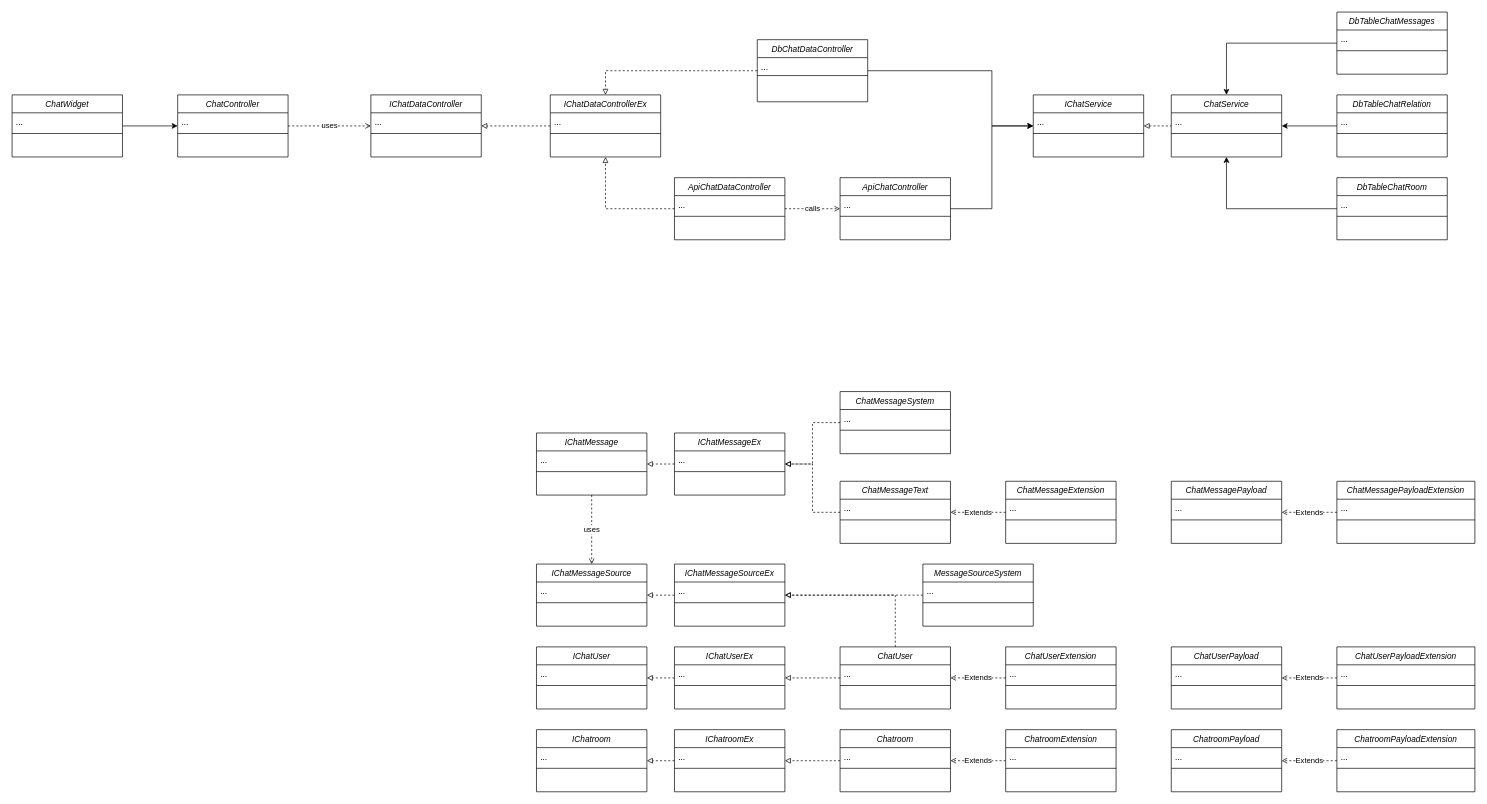
Before: internship_s8/new-class-diagram.drawio in Gryfin123/diagrams_with_no_context, a draw.io diagram. Source tidied: cells renumbered, new cells numbered last; positions are measured from the earlier drawing's top-left corner, leaving out a move shared by most shapes. Both pictures are drawn from the tidied source at 69%, with x=0, y=0 at pixel (12, 12).
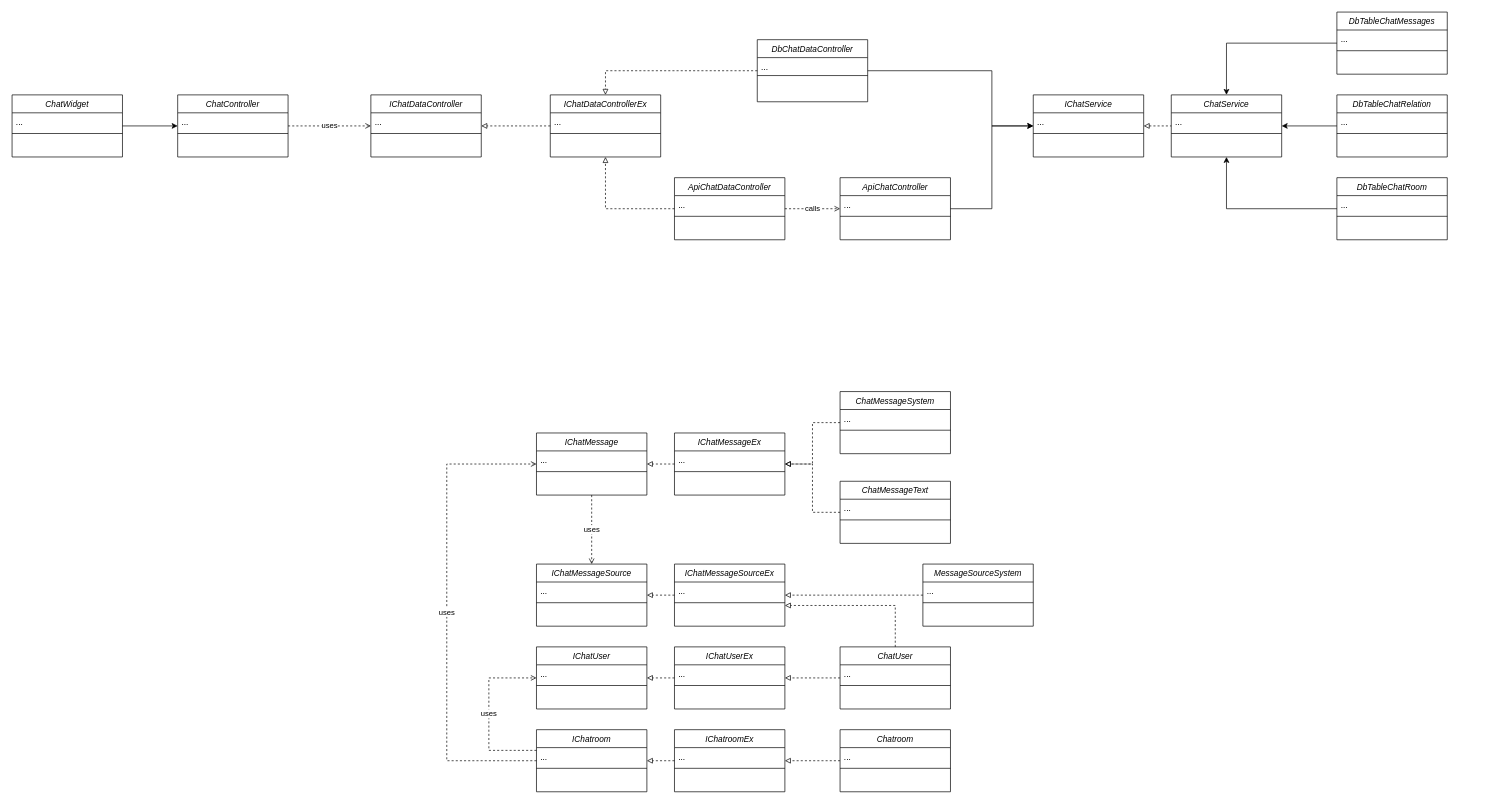
The same page after the edit.

Unchanged cells that the change refers to:
```xml
<mxCell id="6" value="ChatMessageText" style="swimlane;fontStyle=2;align=center;verticalAlign=top;horizontal=1;startSize=26;rounded=0;shadow=0;strokeWidth=1;" parent="1" vertex="1">
  <mxGeometry x="1200" y="680" width="160" height="90" as="geometry" />
</mxCell>
<mxCell id="35" value="Chatroom" style="swimlane;fontStyle=2;align=center;verticalAlign=top;horizontal=1;startSize=26;rounded=0;shadow=0;strokeWidth=1;" parent="1" vertex="1">
  <mxGeometry x="1200" y="1040" width="160" height="90" as="geometry" />
</mxCell>
<mxCell id="40" value="ChatUser" style="swimlane;fontStyle=2;align=center;verticalAlign=top;horizontal=1;startSize=26;rounded=0;shadow=0;strokeWidth=1;" parent="1" vertex="1">
  <mxGeometry x="1200" y="920" width="160" height="90" as="geometry" />
</mxCell>
<mxCell id="65" value="IChatMessage" style="swimlane;fontStyle=2;align=center;verticalAlign=top;horizontal=1;startSize=26;rounded=0;shadow=0;strokeWidth=1;" parent="1" vertex="1">
  <mxGeometry x="760" y="610" width="160" height="90" as="geometry" />
</mxCell>
<mxCell id="68" value="IChatroom" style="swimlane;fontStyle=2;align=center;verticalAlign=top;horizontal=1;startSize=26;rounded=0;shadow=0;strokeWidth=1;" parent="1" vertex="1">
  <mxGeometry x="760" y="1040" width="160" height="90" as="geometry" />
</mxCell>
<mxCell id="71" value="IChatUser" style="swimlane;fontStyle=2;align=center;verticalAlign=top;horizontal=1;startSize=26;rounded=0;shadow=0;strokeWidth=1;" parent="1" vertex="1">
  <mxGeometry x="760" y="920" width="160" height="90" as="geometry" />
</mxCell>
<mxCell id="75" value="IChatMessageSourceEx" style="swimlane;fontStyle=2;align=center;verticalAlign=top;horizontal=1;startSize=26;rounded=0;shadow=0;strokeWidth=1;" parent="1" vertex="1">
  <mxGeometry x="960" y="800" width="160" height="90" as="geometry" />
</mxCell>
```

Diff of the diagram source:
```diff
@@
-    <mxCell id="2" value="ChatMessagePayload" style="swimlane;fontStyle=2;align=center;verticalAlign=top;horizontal=1;startSize=26;rounded=0;shadow=0;strokeWidth=1;" parent="1" vertex="1">
-      <mxGeometry x="1680" y="680" width="160" height="90" as="geometry" />
-    </mxCell>
-    <mxCell id="3" value="..." style="text;align=left;verticalAlign=top;spacingLeft=4;spacingRight=4;overflow=hidden;" parent="2" vertex="1">
-      <mxGeometry y="26" width="160" height="26" as="geometry" />
-    </mxCell>
-    <mxCell id="4" style="line;html=1;strokeWidth=1;align=left;verticalAlign=middle;spacingTop=-1;spacingLeft=3;spacingRight=3;labelPosition=right;" parent="2" vertex="1">
-      <mxGeometry y="52" width="160" height="8" as="geometry" />
-    </mxCell>
@@
-    <mxCell id="9" value="ChatMessageExtension" style="swimlane;fontStyle=2;align=center;verticalAlign=top;horizontal=1;startSize=26;rounded=0;shadow=0;strokeWidth=1;" parent="1" vertex="1">
-      <mxGeometry x="1440" y="680" width="160" height="90" as="geometry" />
-    </mxCell>
-    <mxCell id="10" value="..." style="text;align=left;verticalAlign=top;spacingLeft=4;spacingRight=4;overflow=hidden;" parent="9" vertex="1">
-      <mxGeometry y="26" width="160" height="26" as="geometry" />
-    </mxCell>
-    <mxCell id="11" style="line;html=1;strokeWidth=1;align=left;verticalAlign=middle;spacingTop=-1;spacingLeft=3;spacingRight=3;labelPosition=right;" parent="9" vertex="1">
-      <mxGeometry y="52" width="160" height="8" as="geometry" />
-    </mxCell>
-    <mxCell id="12" value="ChatroomExtension" style="swimlane;fontStyle=2;align=center;verticalAlign=top;horizontal=1;startSize=26;rounded=0;shadow=0;strokeWidth=1;" parent="1" vertex="1">
-      <mxGeometry x="1440" y="1040" width="160" height="90" as="geometry" />
-    </mxCell>
-    <mxCell id="13" value="..." style="text;align=left;verticalAlign=top;spacingLeft=4;spacingRight=4;overflow=hidden;" parent="12" vertex="1">
-      <mxGeometry y="26" width="160" height="26" as="geometry" />
-    </mxCell>
-    <mxCell id="14" style="line;html=1;strokeWidth=1;align=left;verticalAlign=middle;spacingTop=-1;spacingLeft=3;spacingRight=3;labelPosition=right;" parent="12" vertex="1">
-      <mxGeometry y="52" width="160" height="8" as="geometry" />
-    </mxCell>
-    <mxCell id="15" value="ChatUserExtension" style="swimlane;fontStyle=2;align=center;verticalAlign=top;horizontal=1;startSize=26;rounded=0;shadow=0;strokeWidth=1;" parent="1" vertex="1">
-      <mxGeometry x="1440" y="920" width="160" height="90" as="geometry" />
-    </mxCell>
-    <mxCell id="16" value="..." style="text;align=left;verticalAlign=top;spacingLeft=4;spacingRight=4;overflow=hidden;" parent="15" vertex="1">
-      <mxGeometry y="26" width="160" height="26" as="geometry" />
-    </mxCell>
-    <mxCell id="17" style="line;html=1;strokeWidth=1;align=left;verticalAlign=middle;spacingTop=-1;spacingLeft=3;spacingRight=3;labelPosition=right;" parent="15" vertex="1">
-      <mxGeometry y="52" width="160" height="8" as="geometry" />
-    </mxCell>
-    <mxCell id="18" value="ChatroomPayload" style="swimlane;fontStyle=2;align=center;verticalAlign=top;horizontal=1;startSize=26;rounded=0;shadow=0;strokeWidth=1;" parent="1" vertex="1">
-      <mxGeometry x="1680" y="1040" width="160" height="90" as="geometry" />
-    </mxCell>
-    <mxCell id="19" value="..." style="text;align=left;verticalAlign=top;spacingLeft=4;spacingRight=4;overflow=hidden;" parent="18" vertex="1">
-      <mxGeometry y="26" width="160" height="26" as="geometry" />
-    </mxCell>
-    <mxCell id="20" style="line;html=1;strokeWidth=1;align=left;verticalAlign=middle;spacingTop=-1;spacingLeft=3;spacingRight=3;labelPosition=right;" parent="18" vertex="1">
-      <mxGeometry y="52" width="160" height="8" as="geometry" />
-    </mxCell>
-    <mxCell id="21" value="ChatUserPayload" style="swimlane;fontStyle=2;align=center;verticalAlign=top;horizontal=1;startSize=26;rounded=0;shadow=0;strokeWidth=1;" parent="1" vertex="1">
-      <mxGeometry x="1680" y="920" width="160" height="90" as="geometry" />
-    </mxCell>
-    <mxCell id="22" value="..." style="text;align=left;verticalAlign=top;spacingLeft=4;spacingRight=4;overflow=hidden;" parent="21" vertex="1">
-      <mxGeometry y="26" width="160" height="26" as="geometry" />
-    </mxCell>
-    <mxCell id="23" style="line;html=1;strokeWidth=1;align=left;verticalAlign=middle;spacingTop=-1;spacingLeft=3;spacingRight=3;labelPosition=right;" parent="21" vertex="1">
-      <mxGeometry y="52" width="160" height="8" as="geometry" />
-    </mxCell>
-    <mxCell id="24" value="Extends" style="edgeStyle=orthogonalEdgeStyle;rounded=0;jettySize=auto;html=1;endArrow=open;endFill=0;dashed=1;" parent="1" edge="1" source="25" target="2">
-      <mxGeometry relative="1" as="geometry" />
-    </mxCell>
-    <mxCell id="25" value="ChatMessagePayloadExtension" style="swimlane;fontStyle=2;align=center;verticalAlign=top;horizontal=1;startSize=26;rounded=0;shadow=0;strokeWidth=1;" parent="1" vertex="1">
-      <mxGeometry x="1920" y="680" width="200" height="90" as="geometry" />
-    </mxCell>
-    <mxCell id="26" value="..." style="text;align=left;verticalAlign=top;spacingLeft=4;spacingRight=4;overflow=hidden;" parent="25" vertex="1">
-      <mxGeometry y="26" width="200" height="26" as="geometry" />
-    </mxCell>
-    <mxCell id="27" style="line;html=1;strokeWidth=1;align=left;verticalAlign=middle;spacingTop=-1;spacingLeft=3;spacingRight=3;labelPosition=right;" parent="25" vertex="1">
-      <mxGeometry y="52" width="200" height="8" as="geometry" />
-    </mxCell>
-    <mxCell id="28" value="ChatroomPayloadExtension" style="swimlane;fontStyle=2;align=center;verticalAlign=top;horizontal=1;startSize=26;rounded=0;shadow=0;strokeWidth=1;" parent="1" vertex="1">
-      <mxGeometry x="1920" y="1040" width="200" height="90" as="geometry" />
-    </mxCell>
-    <mxCell id="29" value="..." style="text;align=left;verticalAlign=top;spacingLeft=4;spacingRight=4;overflow=hidden;" parent="28" vertex="1">
-      <mxGeometry y="26" width="200" height="26" as="geometry" />
-    </mxCell>
-    <mxCell id="30" style="line;html=1;strokeWidth=1;align=left;verticalAlign=middle;spacingTop=-1;spacingLeft=3;spacingRight=3;labelPosition=right;" parent="28" vertex="1">
-      <mxGeometry y="52" width="200" height="8" as="geometry" />
-    </mxCell>
-    <mxCell id="31" value="ChatUserPayloadExtension" style="swimlane;fontStyle=2;align=center;verticalAlign=top;horizontal=1;startSize=26;rounded=0;shadow=0;strokeWidth=1;" parent="1" vertex="1">
-      <mxGeometry x="1920" y="920" width="200" height="90" as="geometry" />
-    </mxCell>
-    <mxCell id="32" value="..." style="text;align=left;verticalAlign=top;spacingLeft=4;spacingRight=4;overflow=hidden;" parent="31" vertex="1">
-      <mxGeometry y="26" width="200" height="26" as="geometry" />
-    </mxCell>
-    <mxCell id="33" style="line;html=1;strokeWidth=1;align=left;verticalAlign=middle;spacingTop=-1;spacingLeft=3;spacingRight=3;labelPosition=right;" parent="31" vertex="1">
-      <mxGeometry y="52" width="200" height="8" as="geometry" />
-    </mxCell>
@@
     <mxCell id="39" style="edgeStyle=orthogonalEdgeStyle;rounded=0;jettySize=auto;html=1;endArrow=block;endFill=0;dashed=1;" parent="1" edge="1" source="40" target="75">
       <mxGeometry relative="1" as="geometry">
         <Array as="points">
-          <mxPoint x="1280" y="845" />
+          <mxPoint x="1280" y="860" />
         </Array>
       </mxGeometry>
     </mxCell>
@@
-    <mxCell id="59" value="Extends" style="edgeStyle=orthogonalEdgeStyle;rounded=0;jettySize=auto;html=1;endArrow=open;endFill=0;dashed=1;" parent="1" edge="1" source="28" target="18">
-      <mxGeometry relative="1" as="geometry" />
-    </mxCell>
-    <mxCell id="60" value="Extends" style="edgeStyle=orthogonalEdgeStyle;rounded=0;jettySize=auto;html=1;endArrow=open;endFill=0;dashed=1;" parent="1" edge="1" source="31" target="21">
-      <mxGeometry relative="1" as="geometry" />
-    </mxCell>
-    <mxCell id="61" value="Extends" style="edgeStyle=orthogonalEdgeStyle;rounded=0;jettySize=auto;html=1;endArrow=open;endFill=0;dashed=1;" parent="1" edge="1" source="9" target="6">
-      <mxGeometry relative="1" as="geometry" />
-    </mxCell>
-    <mxCell id="62" value="Extends" style="edgeStyle=orthogonalEdgeStyle;rounded=0;jettySize=auto;html=1;endArrow=open;endFill=0;dashed=1;" parent="1" edge="1" source="12" target="35">
-      <mxGeometry relative="1" as="geometry" />
-    </mxCell>
-    <mxCell id="63" value="Extends" style="edgeStyle=orthogonalEdgeStyle;rounded=0;jettySize=auto;html=1;endArrow=open;endFill=0;dashed=1;" parent="1" edge="1" source="15" target="40">
-      <mxGeometry relative="1" as="geometry" />
-    </mxCell>
@@
+    <mxCell id="133" value="uses" style="edgeStyle=orthogonalEdgeStyle;rounded=0;jettySize=auto;html=1;endArrow=open;endFill=0;dashed=1;" parent="1" edge="1" source="68" target="71">
+      <mxGeometry relative="1" as="geometry">
+        <Array as="points">
+          <mxPoint x="691" y="1070" />
+          <mxPoint x="691" y="965" />
+        </Array>
+      </mxGeometry>
+    </mxCell>
+    <mxCell id="134" value="uses" style="edgeStyle=orthogonalEdgeStyle;rounded=0;jettySize=auto;html=1;endArrow=open;endFill=0;dashed=1;" parent="1" edge="1" source="68" target="65">
+      <mxGeometry relative="1" as="geometry">
+        <Array as="points">
+          <mxPoint x="630" y="1085" />
+          <mxPoint x="630" y="655" />
+        </Array>
+      </mxGeometry>
+    </mxCell>
```
